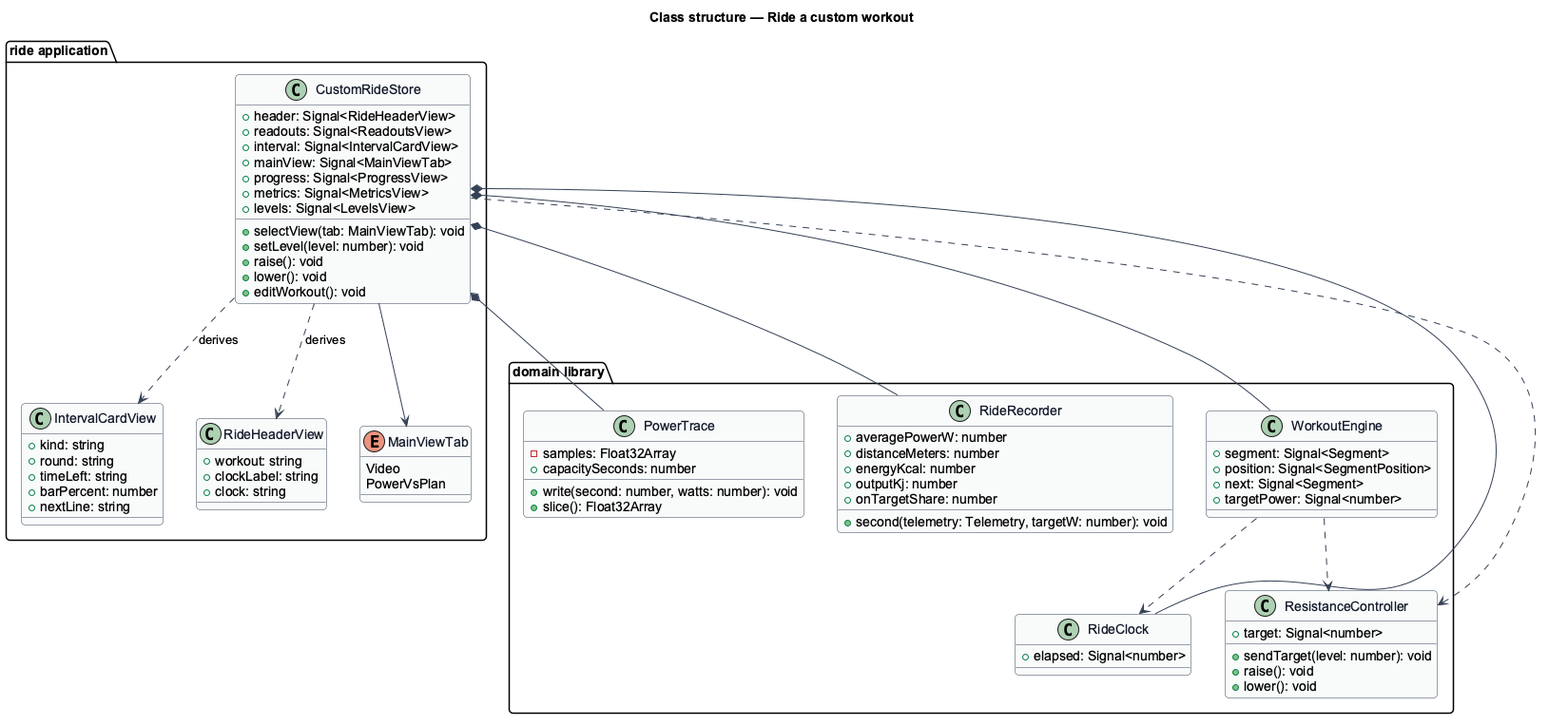
This is docs/detailed-designs/custom-workout/ride-a-custom-workout/diagrams/class-structure.png from QuinntyneBrown/ride-one, a PlantUML export, as it was before one commit. Source of this version:
```plantuml
@startuml
skinparam backgroundColor #FFFFFF
skinparam shadowing false
skinparam roundcorner 8
skinparam defaultFontName Arial
skinparam ArrowColor #344054
skinparam class {
  BorderColor #344054
  FontColor #101828
  BackgroundColor #F9FAFB
}
title Class structure — Ride a custom workout

package "domain library" {
  class PowerTrace {
    -samples: Float32Array
    +capacitySeconds: number
    +write(second: number, watts: number): void
    +slice(): Float32Array
  }
  class RideRecorder {
    +averagePowerW: number
    +distanceMeters: number
    +energyKcal: number
    +outputKj: number
    +onTargetShare: number
    +second(telemetry: Telemetry, targetW: number): void
  }
  class WorkoutEngine {
    +segment: Signal<Segment>
    +position: Signal<SegmentPosition>
    +next: Signal<Segment>
    +targetPower: Signal<number>
  }
  class RideClock {
    +elapsed: Signal<number>
  }
  class ResistanceController {
    +target: Signal<number>
    +sendTarget(level: number): void
    +raise(): void
    +lower(): void
  }
}
package "ride application" {
  class CustomRideStore {
    +header: Signal<RideHeaderView>
    +readouts: Signal<ReadoutsView>
    +interval: Signal<IntervalCardView>
    +mainView: Signal<MainViewTab>
    +progress: Signal<ProgressView>
    +metrics: Signal<MetricsView>
    +levels: Signal<LevelsView>
    +selectView(tab: MainViewTab): void
    +setLevel(level: number): void
    +raise(): void
    +lower(): void
    +editWorkout(): void
  }
  enum MainViewTab {
    Video
    PowerVsPlan
  }
  class IntervalCardView {
    +kind: string
    +round: string
    +timeLeft: string
    +barPercent: number
    +nextLine: string
  }
  class RideHeaderView {
    +workout: string
    +clockLabel: string
    +clock: string
  }
}
CustomRideStore *-- WorkoutEngine
CustomRideStore *-- RideClock
CustomRideStore *-- RideRecorder
CustomRideStore *-- PowerTrace
CustomRideStore ..> ResistanceController
CustomRideStore --> MainViewTab
CustomRideStore ..> IntervalCardView : derives
CustomRideStore ..> RideHeaderView : derives
WorkoutEngine ..> RideClock
WorkoutEngine ..> ResistanceController
@enduml
```
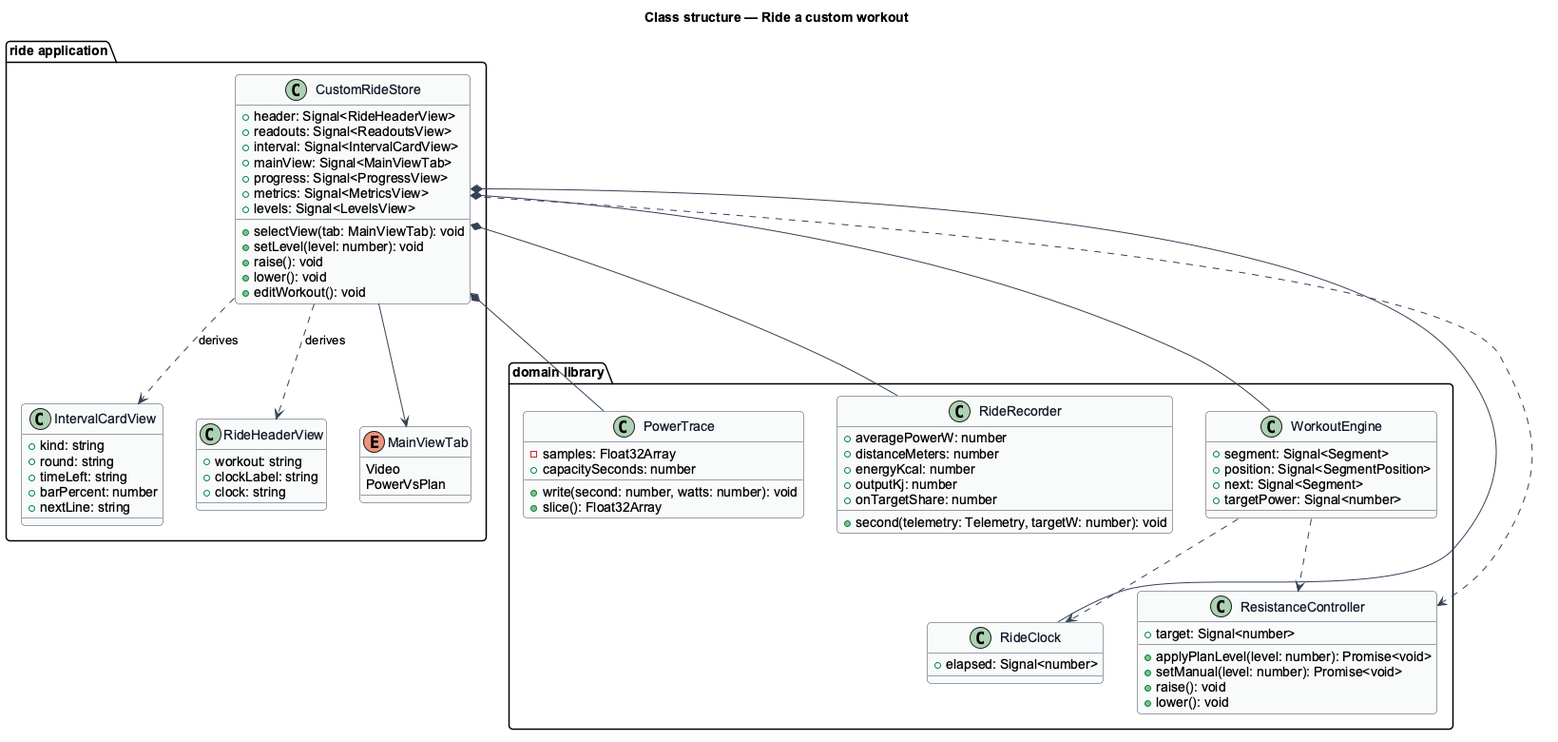
After the commit.

Change to the diagram source:
```diff
@@ -37,7 +37,8 @@
   }
   class ResistanceController {
     +target: Signal<number>
-    +sendTarget(level: number): void
+    +applyPlanLevel(level: number): Promise<void>
+    +setManual(level: number): Promise<void>
     +raise(): void
     +lower(): void
   }
```
